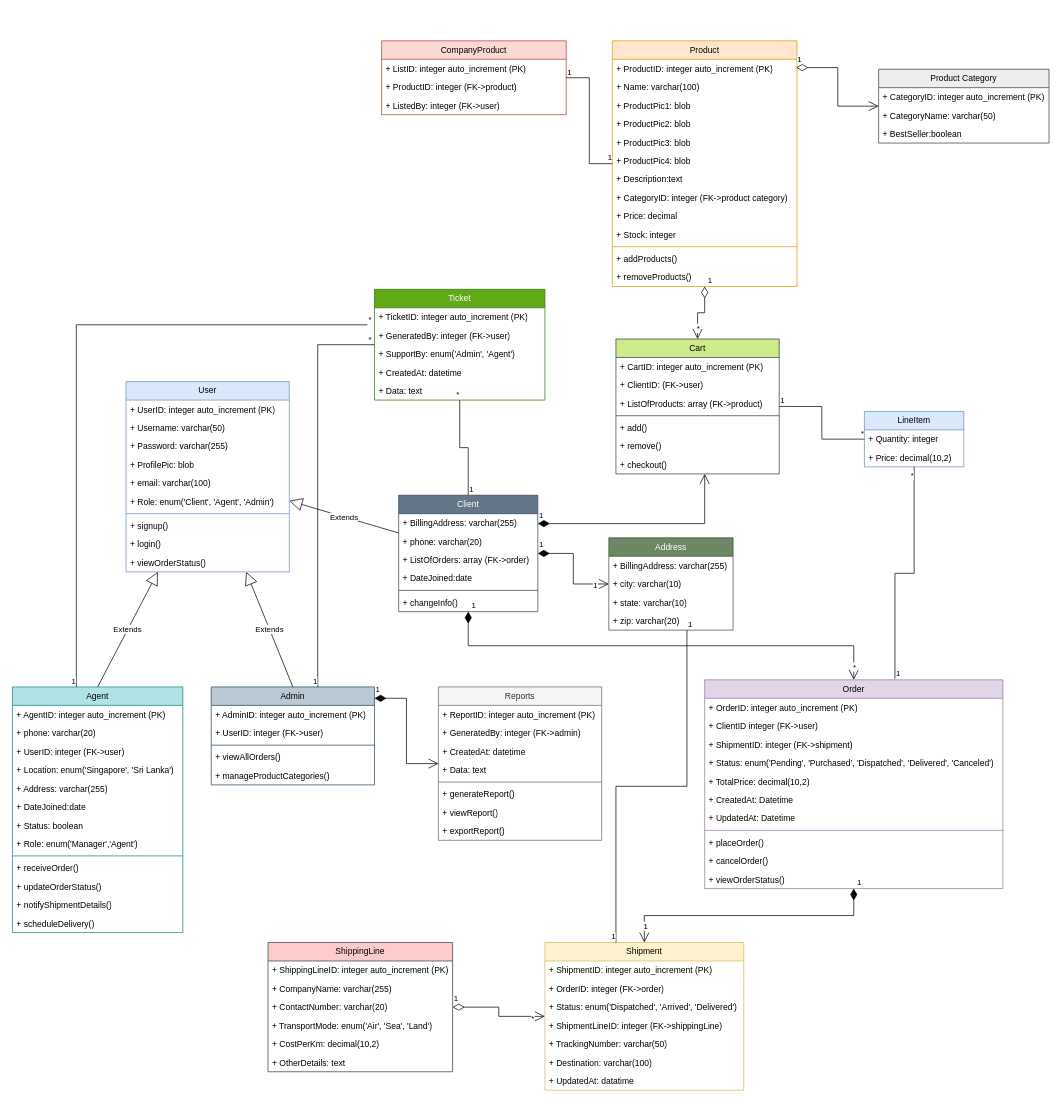
Above: diagrams/UML-class-diagram.drawio in K-M-Shehan/software-design-docs (draw.io), before the change. Source tidied: cells renumbered, new cells numbered last; positions are measured from the earlier drawing's top-left corner, leaving out a move shared by most shapes. Both pictures are drawn from the tidied source at 71%, with x=0, y=0 at pixel (12, 40).
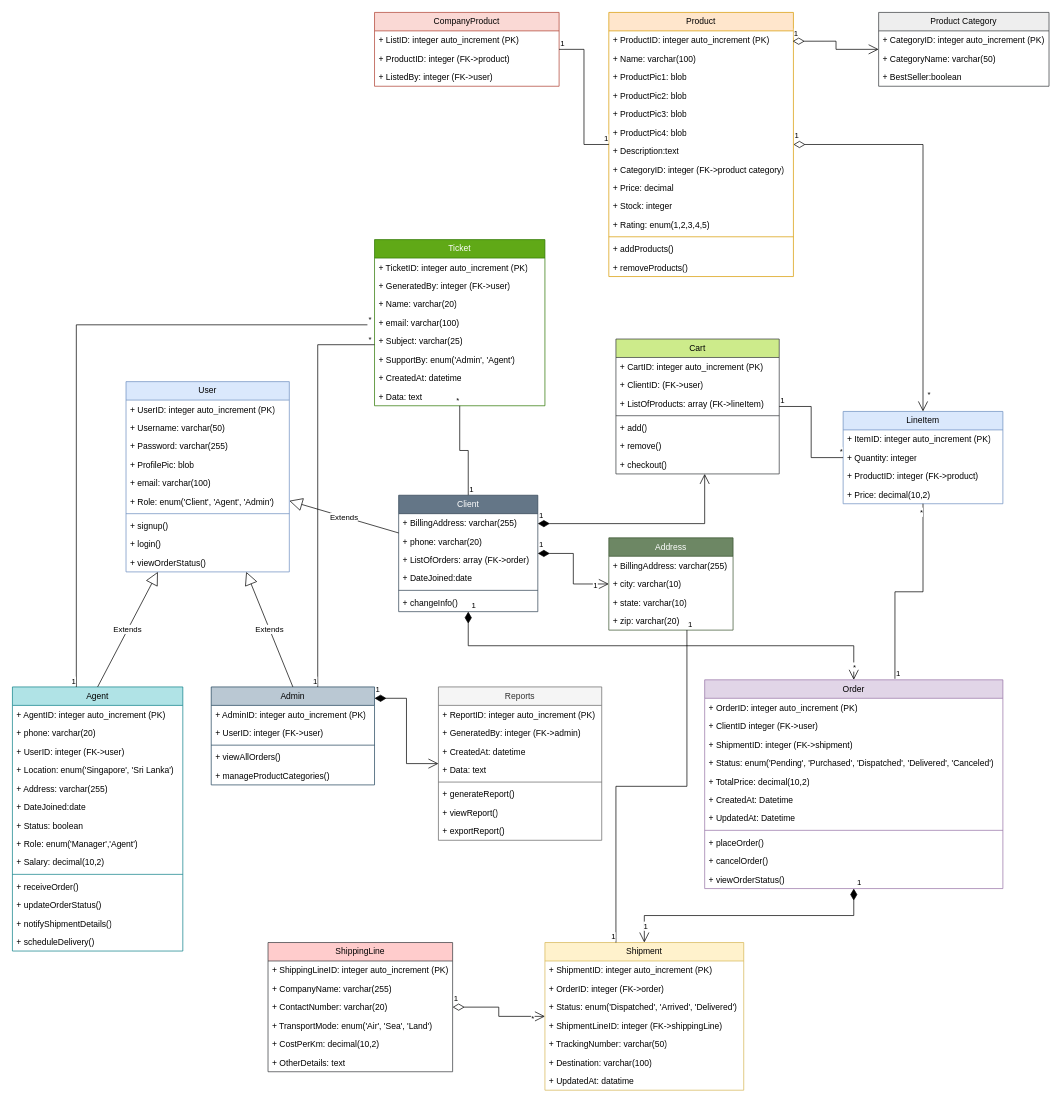
After the change.

Unchanged cells that the change refers to:
```xml
<mxCell id="84" value="Cart" style="swimlane;fontStyle=0;horizontal=1;startSize=26;fillColor=#cdeb8b;whiteSpace=wrap;html=1;strokeColor=#36393d;" parent="1" vertex="1">
  <mxGeometry x="850" y="420" width="230" height="190" as="geometry" />
</mxCell>
```

The edit, as a diff of the source:
```diff
@@
     <mxCell id="25" value="Product" style="swimlane;fontStyle=0;horizontal=1;startSize=26;fillColor=#ffe6cc;whiteSpace=wrap;html=1;strokeColor=#d79b00;" parent="1" vertex="1">
-      <mxGeometry x="845" width="260" height="346" as="geometry" />
+      <mxGeometry x="840" y="-40" width="260" height="372" as="geometry" />
     </mxCell>
@@
+    <mxCell id="157" value="+ Rating: enum(1,2,3,4,5)" style="text;strokeColor=none;fillColor=none;align=left;verticalAlign=top;spacingLeft=4;spacingRight=4;overflow=hidden;whiteSpace=wrap;html=1;" parent="25" vertex="1">
+      <mxGeometry y="286" width="260" height="26" as="geometry" />
+    </mxCell>
     <mxCell id="36" style="line;strokeWidth=1;fillColor=none;align=left;verticalAlign=middle;spacingTop=-1;spacingLeft=3;spacingRight=3;labelPosition=right;strokeColor=inherit;" parent="25" vertex="1">
-      <mxGeometry y="286" width="260" height="8" as="geometry" />
+      <mxGeometry y="312" width="260" height="8" as="geometry" />
     </mxCell>
     <mxCell id="37" value="+ addProducts()" style="text;strokeColor=none;fillColor=none;align=left;verticalAlign=top;spacingLeft=4;spacingRight=4;overflow=hidden;whiteSpace=wrap;html=1;" parent="25" vertex="1">
-      <mxGeometry y="294" width="260" height="26" as="geometry" />
+      <mxGeometry y="320" width="260" height="26" as="geometry" />
     </mxCell>
     <mxCell id="38" value="+ removeProducts()" style="text;strokeColor=none;fillColor=none;align=left;verticalAlign=top;spacingLeft=4;spacingRight=4;overflow=hidden;whiteSpace=wrap;html=1;" parent="25" vertex="1">
-      <mxGeometry y="320" width="260" height="26" as="geometry" />
+      <mxGeometry y="346" width="260" height="26" as="geometry" />
     </mxCell>
     <mxCell id="39" value="Product Category" style="swimlane;fontStyle=0;horizontal=1;startSize=26;fillColor=#eeeeee;whiteSpace=wrap;html=1;strokeColor=#36393d;" parent="1" vertex="1">
-      <mxGeometry x="1220" y="40" width="240" height="104" as="geometry" />
+      <mxGeometry x="1220" y="-40" width="240" height="104" as="geometry" />
     </mxCell>
@@
     <mxCell id="51" value="Agent" style="swimlane;fontStyle=0;horizontal=1;startSize=26;fillColor=#b0e3e6;whiteSpace=wrap;html=1;strokeColor=#0e8088;" parent="1" vertex="1">
-      <mxGeometry y="910" width="240" height="346" as="geometry" />
+      <mxGeometry y="910" width="240" height="372" as="geometry" />
     </mxCell>
@@
+    <mxCell id="158" value="+ Salary: decimal(10,2)" style="text;strokeColor=none;fillColor=none;align=left;verticalAlign=top;spacingLeft=4;spacingRight=4;overflow=hidden;whiteSpace=wrap;html=1;" parent="51" vertex="1">
+      <mxGeometry y="234" width="240" height="26" as="geometry" />
+    </mxCell>
     <mxCell id="60" style="line;strokeWidth=1;fillColor=none;align=left;verticalAlign=middle;spacingTop=-1;spacingLeft=3;spacingRight=3;labelPosition=right;strokeColor=inherit;" parent="51" vertex="1">
-      <mxGeometry y="234" width="240" height="8" as="geometry" />
+      <mxGeometry y="260" width="240" height="8" as="geometry" />
     </mxCell>
     <mxCell id="61" value="+ receiveOrder()" style="text;strokeColor=none;fillColor=none;align=left;verticalAlign=top;spacingLeft=4;spacingRight=4;overflow=hidden;whiteSpace=wrap;html=1;" parent="51" vertex="1">
-      <mxGeometry y="242" width="240" height="26" as="geometry" />
+      <mxGeometry y="268" width="240" height="26" as="geometry" />
     </mxCell>
     <mxCell id="62" value="+ updateOrderStatus()" style="text;strokeColor=none;fillColor=none;align=left;verticalAlign=top;spacingLeft=4;spacingRight=4;overflow=hidden;whiteSpace=wrap;html=1;" parent="51" vertex="1">
-      <mxGeometry y="268" width="240" height="26" as="geometry" />
+      <mxGeometry y="294" width="240" height="26" as="geometry" />
     </mxCell>
     <mxCell id="63" value="+ notifyShipmentDetails()" style="text;strokeColor=none;fillColor=none;align=left;verticalAlign=top;spacingLeft=4;spacingRight=4;overflow=hidden;whiteSpace=wrap;html=1;" parent="51" vertex="1">
-      <mxGeometry y="294" width="240" height="26" as="geometry" />
+      <mxGeometry y="320" width="240" height="26" as="geometry" />
     </mxCell>
     <mxCell id="64" value="+ scheduleDelivery()" style="text;strokeColor=none;fillColor=none;align=left;verticalAlign=top;spacingLeft=4;spacingRight=4;overflow=hidden;whiteSpace=wrap;html=1;" parent="51" vertex="1">
-      <mxGeometry y="320" width="240" height="26" as="geometry" />
+      <mxGeometry y="346" width="240" height="26" as="geometry" />
     </mxCell>
@@
     <mxCell id="80" value="CompanyProduct" style="swimlane;fontStyle=0;horizontal=1;startSize=26;fillColor=#fad9d5;whiteSpace=wrap;html=1;strokeColor=#ae4132;" parent="1" vertex="1">
-      <mxGeometry x="520" width="260" height="104" as="geometry" />
+      <mxGeometry x="510" y="-40" width="260" height="104" as="geometry" />
     </mxCell>
@@
-    <mxCell id="87" value="+ ListOfProducts: array (FK-&amp;gt;product)" style="text;strokeColor=none;fillColor=none;align=left;verticalAlign=top;spacingLeft=4;spacingRight=4;overflow=hidden;whiteSpace=wrap;html=1;" parent="84" vertex="1">
+    <mxCell id="87" value="+ ListOfProducts: array (FK-&amp;gt;lineItem)" style="text;strokeColor=none;fillColor=none;align=left;verticalAlign=top;spacingLeft=4;spacingRight=4;overflow=hidden;whiteSpace=wrap;html=1;" parent="84" vertex="1">
       <mxGeometry y="78" width="230" height="26" as="geometry" />
     </mxCell>
@@
     <mxCell id="99" value="Ticket" style="swimlane;fontStyle=0;horizontal=1;startSize=26;fillColor=#60a917;whiteSpace=wrap;html=1;strokeColor=#2D7600;fontColor=#ffffff;" parent="1" vertex="1">
-      <mxGeometry x="510" y="350" width="240" height="156" as="geometry" />
+      <mxGeometry x="510" y="280" width="240" height="234" as="geometry" />
     </mxCell>
@@
+    <mxCell id="159" value="+ Name: varchar(20) " style="text;strokeColor=none;fillColor=none;align=left;verticalAlign=top;spacingLeft=4;spacingRight=4;overflow=hidden;whiteSpace=wrap;html=1;" parent="99" vertex="1">
+      <mxGeometry y="78" width="240" height="26" as="geometry" />
+    </mxCell>
+    <mxCell id="160" value="+ email: varchar(100)" style="text;strokeColor=none;fillColor=none;align=left;verticalAlign=top;spacingLeft=4;spacingRight=4;overflow=hidden;whiteSpace=wrap;html=1;" parent="99" vertex="1">
+      <mxGeometry y="104" width="240" height="26" as="geometry" />
+    </mxCell>
+    <mxCell id="161" value="+ Subject: varchar(25)" style="text;strokeColor=none;fillColor=none;align=left;verticalAlign=top;spacingLeft=4;spacingRight=4;overflow=hidden;whiteSpace=wrap;html=1;" parent="99" vertex="1">
+      <mxGeometry y="130" width="240" height="26" as="geometry" />
+    </mxCell>
     <mxCell id="102" value="+ SupportBy: enum('Admin', 'Agent')" style="text;strokeColor=none;fillColor=none;align=left;verticalAlign=top;spacingLeft=4;spacingRight=4;overflow=hidden;whiteSpace=wrap;html=1;" parent="99" vertex="1">
-      <mxGeometry y="78" width="240" height="26" as="geometry" />
+      <mxGeometry y="156" width="240" height="26" as="geometry" />
     </mxCell>
     <mxCell id="103" value="+ CreatedAt: datetime" style="text;strokeColor=none;fillColor=none;align=left;verticalAlign=top;spacingLeft=4;spacingRight=4;overflow=hidden;whiteSpace=wrap;html=1;" parent="99" vertex="1">
-      <mxGeometry y="104" width="240" height="26" as="geometry" />
+      <mxGeometry y="182" width="240" height="26" as="geometry" />
     </mxCell>
     <mxCell id="104" value="+ Data: text" style="text;strokeColor=none;fillColor=none;align=left;verticalAlign=top;spacingLeft=4;spacingRight=4;overflow=hidden;whiteSpace=wrap;html=1;" parent="99" vertex="1">
-      <mxGeometry y="130" width="240" height="26" as="geometry" />
+      <mxGeometry y="208" width="240" height="26" as="geometry" />
     </mxCell>
@@
     <mxCell id="111" value="LineItem" style="swimlane;fontStyle=0;horizontal=1;startSize=26;fillColor=#dae8fc;whiteSpace=wrap;html=1;strokeColor=#6c8ebf;" parent="1" vertex="1">
-      <mxGeometry x="1200" y="522" width="140" height="78" as="geometry" />
+      <mxGeometry x="1170" y="522" width="225" height="130" as="geometry" />
     </mxCell>
+    <mxCell id="162" value="+ ItemID: integer auto_increment (PK)" style="text;strokeColor=none;fillColor=none;align=left;verticalAlign=top;spacingLeft=4;spacingRight=4;overflow=hidden;whiteSpace=wrap;html=1;" parent="111" vertex="1">
+      <mxGeometry y="26" width="225" height="26" as="geometry" />
+    </mxCell>
     <mxCell id="112" value="+ Quantity: integer" style="text;strokeColor=none;fillColor=none;align=left;verticalAlign=top;spacingLeft=4;spacingRight=4;overflow=hidden;whiteSpace=wrap;html=1;" parent="111" vertex="1">
-      <mxGeometry y="26" width="140" height="26" as="geometry" />
+      <mxGeometry y="52" width="225" height="26" as="geometry" />
     </mxCell>
+    <mxCell id="163" value="+ ProductID: integer (FK-&amp;gt;product)" style="text;strokeColor=none;fillColor=none;align=left;verticalAlign=top;spacingLeft=4;spacingRight=4;overflow=hidden;whiteSpace=wrap;html=1;" parent="111" vertex="1">
+      <mxGeometry y="78" width="225" height="26" as="geometry" />
+    </mxCell>
     <mxCell id="113" value="+ Price: decimal(10,2)" style="text;strokeColor=none;fillColor=none;align=left;verticalAlign=top;spacingLeft=4;spacingRight=4;overflow=hidden;whiteSpace=wrap;html=1;" parent="111" vertex="1">
-      <mxGeometry y="52" width="140" height="26" as="geometry" />
+      <mxGeometry y="104" width="225" height="26" as="geometry" />
     </mxCell>
@@
-    <mxCell id="149" value="1" style="endArrow=open;html=1;endSize=12;startArrow=diamondThin;startSize=14;startFill=0;edgeStyle=orthogonalEdgeStyle;align=left;verticalAlign=bottom;rounded=0;" parent="1" edge="1" source="25" target="84">
+    <mxCell id="149" value="1" style="endArrow=open;html=1;endSize=12;startArrow=diamondThin;startSize=14;startFill=0;edgeStyle=orthogonalEdgeStyle;align=left;verticalAlign=bottom;rounded=0;" parent="1" edge="1" source="25" target="111">
       <mxGeometry x="-1" y="3" relative="1" as="geometry" />
     </mxCell>
     <mxCell id="150" value="*" style="edgeLabel;html=1;align=center;verticalAlign=middle;" parent="149" vertex="1">
-      <mxGeometry x="0.61" relative="1" as="geometry" />
+      <mxGeometry x="0.61" relative="1" as="geometry">
+        <mxPoint x="8" y="84" as="offset" />
+      </mxGeometry>
     </mxCell>
```
